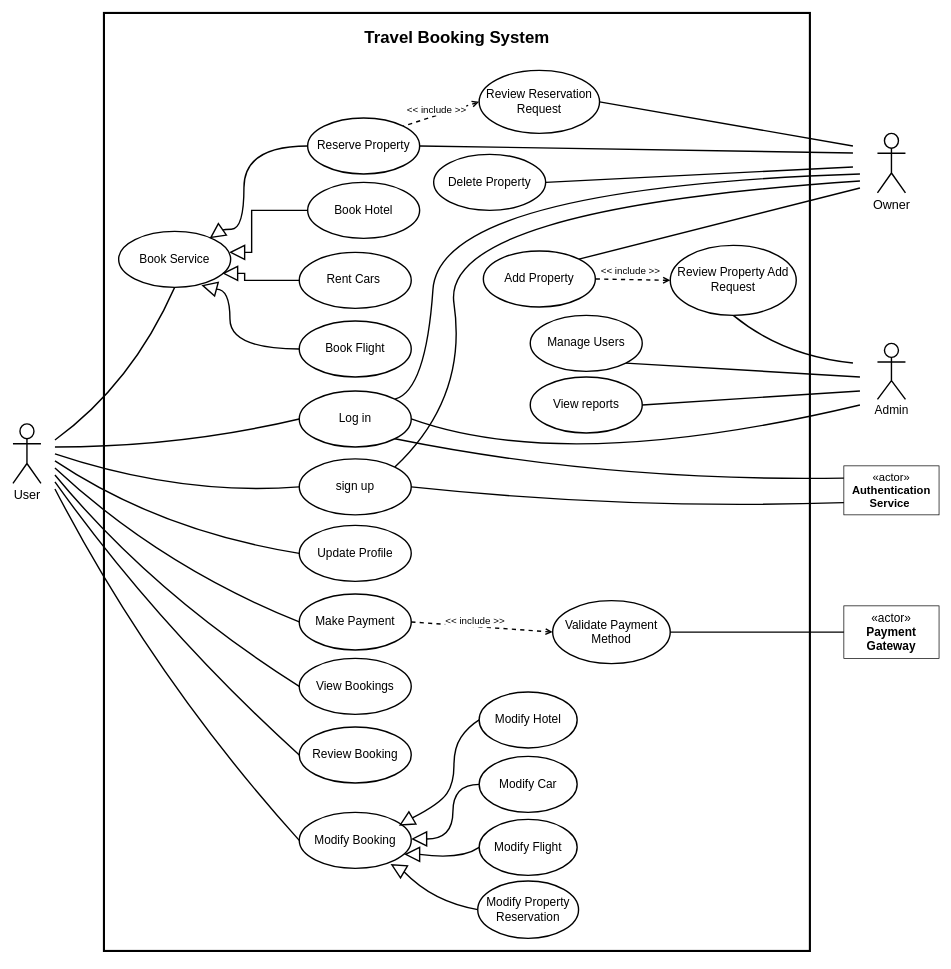
This is Diagrams/Use Case Diagram/Use Case Diagram V6/Use Case Diagram V6.drawio from OMZaky/Tripzy, a draw.io file, before an edit. Source tidied: cells renumbered, new cells numbered last; positions are measured from the earlier drawing's top-left corner, leaving out a move shared by most shapes. Both pictures are drawn from the tidied source at 70%, with x=0, y=0 at pixel (13, 13).
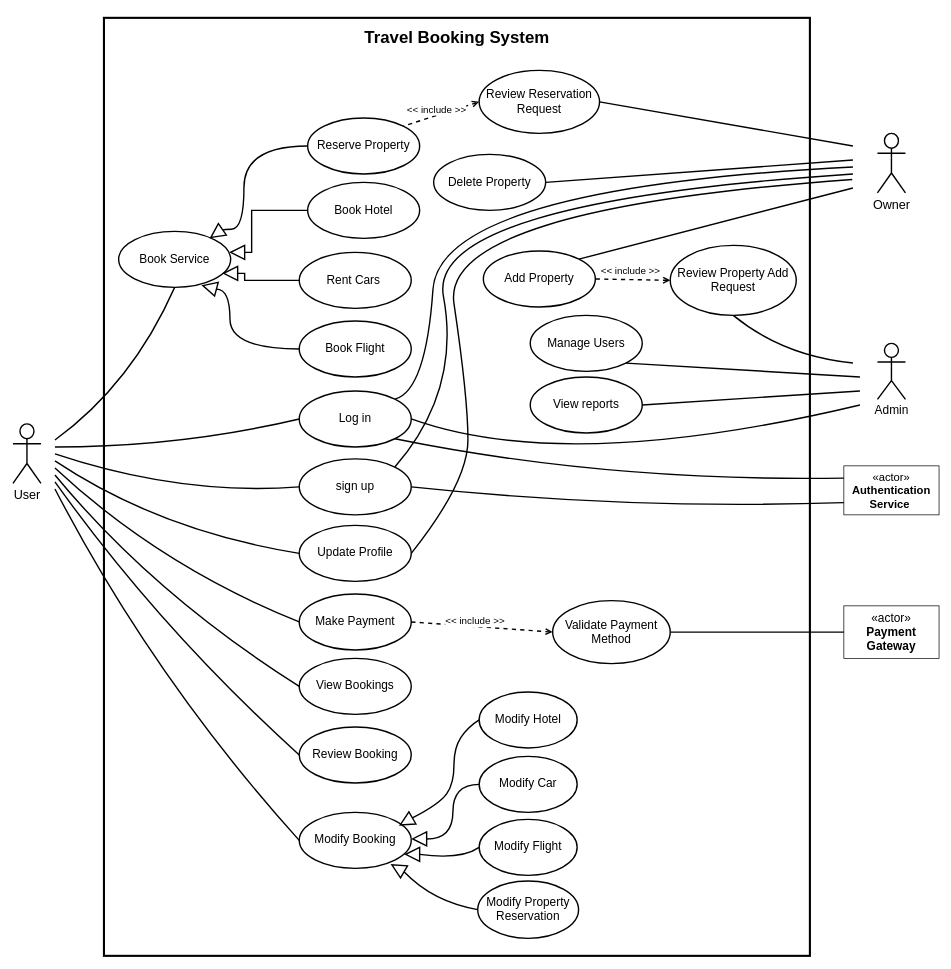
The same diagram, later.

The change refers to these unchanged cells:
```xml
<mxCell id="7" value="Update Profile" style="ellipse;whiteSpace=wrap;html=1;fontSize=17;strokeWidth=2;" parent="1" vertex="1">
  <mxGeometry x="409" y="732" width="160" height="80" as="geometry" />
</mxCell>
<mxCell id="8" value="sign up" style="ellipse;whiteSpace=wrap;html=1;strokeWidth=2;fontSize=17;" parent="1" vertex="1">
  <mxGeometry x="409" y="637" width="160" height="80" as="geometry" />
</mxCell>
<mxCell id="9" value="Log in" style="ellipse;whiteSpace=wrap;html=1;strokeWidth=2;fontSize=17;" parent="1" vertex="1">
  <mxGeometry x="409" y="540" width="160" height="80" as="geometry" />
</mxCell>
<mxCell id="33" value="Add Property" style="ellipse;whiteSpace=wrap;html=1;strokeWidth=2;fontSize=17;" parent="1" vertex="1">
  <mxGeometry x="672" y="340" width="160" height="80" as="geometry" />
</mxCell>
<mxCell id="34" value="Delete Property" style="ellipse;whiteSpace=wrap;html=1;strokeWidth=2;fontSize=17;" parent="1" vertex="1">
  <mxGeometry x="601" y="202" width="160" height="80" as="geometry" />
</mxCell>
<mxCell id="37" value="Reserve Property" style="ellipse;whiteSpace=wrap;html=1;strokeWidth=2;fontSize=17;" parent="1" vertex="1">
  <mxGeometry x="421" y="150" width="160" height="80" as="geometry" />
</mxCell>
```

What changed in the source:
```diff
@@
     <mxCell id="2" style="rounded=0;whiteSpace=wrap;html=1;fillColor=none;strokeWidth=3;" parent="1" vertex="1">
-      <mxGeometry x="130" width="1008.5" height="1340" as="geometry" />
+      <mxGeometry x="130" y="7" width="1008.5" height="1340" as="geometry" />
     </mxCell>
@@
     <mxCell id="39" style="endArrow=none;html=1;rounded=0;exitX=1;exitY=0.5;exitDx=0;exitDy=0;strokeWidth=2;" parent="1" edge="1" source="34">
       <mxGeometry relative="1" as="geometry">
-        <mxPoint x="1200" y="220" as="targetPoint" />
+        <mxPoint x="1200" y="210" as="targetPoint" />
       </mxGeometry>
     </mxCell>
     <mxCell id="40" style="endArrow=none;html=1;rounded=0;exitX=1;exitY=0;exitDx=0;exitDy=0;strokeWidth=2;" parent="1" edge="1" source="33">
       <mxGeometry relative="1" as="geometry">
-        <mxPoint x="1210" y="250" as="targetPoint" />
+        <mxPoint x="1200" y="250" as="targetPoint" />
       </mxGeometry>
     </mxCell>
@@
-    <mxCell id="45" style="endArrow=none;html=1;rounded=0;exitX=1;exitY=0.5;exitDx=0;exitDy=0;strokeWidth=2;" parent="1" edge="1" source="37">
-      <mxGeometry relative="1" as="geometry">
-        <mxPoint x="1200" y="200" as="targetPoint" />
-      </mxGeometry>
-    </mxCell>
@@
     <mxCell id="62" style="endArrow=none;html=1;rounded=0;exitX=1;exitY=0;exitDx=0;exitDy=0;strokeWidth=2;curved=1;" parent="1" edge="1" source="9">
       <mxGeometry relative="1" as="geometry">
-        <mxPoint x="1210" y="230" as="targetPoint" />
+        <mxPoint x="1200" y="220" as="targetPoint" />
         <Array as="points">
           <mxPoint x="590" y="540" />
           <mxPoint x="610" y="250" />
         </Array>
       </mxGeometry>
     </mxCell>
     <mxCell id="63" style="endArrow=none;html=1;rounded=0;exitX=1;exitY=0;exitDx=0;exitDy=0;strokeWidth=2;curved=1;" parent="1" edge="1" source="8">
       <mxGeometry relative="1" as="geometry">
-        <mxPoint x="1210" y="240" as="targetPoint" />
+        <mxPoint x="1200" y="230" as="targetPoint" />
         <Array as="points">
-          <mxPoint x="650" y="550" />
-          <mxPoint x="610" y="280" />
+          <mxPoint x="640" y="540" />
+          <mxPoint x="590" y="270" />
         </Array>
       </mxGeometry>
     </mxCell>
@@
+    <mxCell id="81" style="endArrow=none;html=1;rounded=0;exitX=1;exitY=0.5;exitDx=0;exitDy=0;strokeWidth=2;curved=1;" parent="1" edge="1" source="7">
+      <mxGeometry relative="1" as="geometry">
+        <mxPoint x="1199" y="238" as="targetPoint" />
+        <Array as="points">
+          <mxPoint x="650" y="670" />
+          <mxPoint x="650" y="550" />
+          <mxPoint x="610" y="280" />
+        </Array>
+      </mxGeometry>
+    </mxCell>
```
